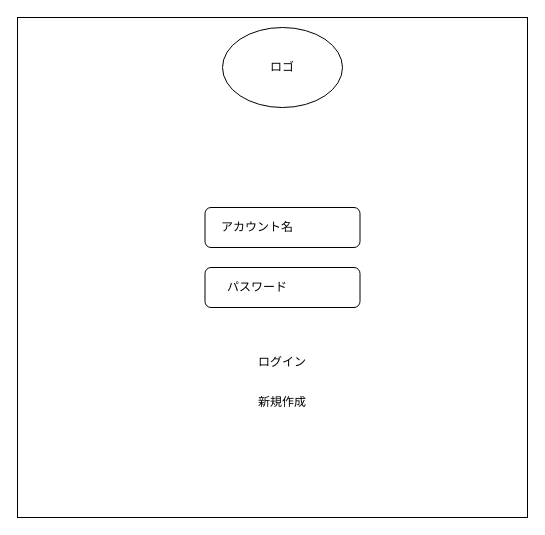
Earlier version of the draw.io diagram 外部設計DRAWIO/login.drawio (DOJO-2021/A-3). Source tidied: cells renumbered, new cells numbered last; positions are measured from the earlier drawing's top-left corner, leaving out a move shared by most shapes. Both pictures are drawn from the tidied source at 100%, with x=0, y=0 at pixel (17, 17).
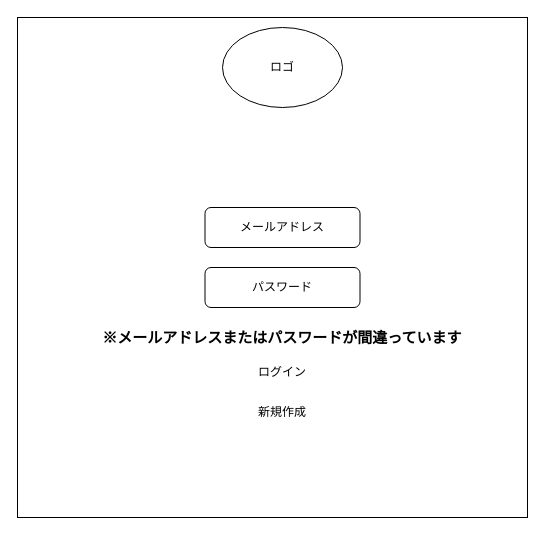
The same page after the edit.

Diff of the diagram source:
```diff
@@
 <mxGraphModel>
   <root>
     <mxCell id="0" />
     <mxCell id="1" parent="0" />
     <mxCell id="2" style="rounded=0;whiteSpace=wrap;html=1;" parent="1" vertex="1">
       <mxGeometry width="510" height="500" as="geometry" />
     </mxCell>
     <mxCell id="3" style="rounded=1;whiteSpace=wrap;html=1;labelBackgroundColor=none;fillColor=none;gradientColor=none;" parent="1" vertex="1">
       <mxGeometry x="187.5" y="190" width="155" height="40" as="geometry" />
     </mxCell>
     <mxCell id="4" style="rounded=1;whiteSpace=wrap;html=1;labelBackgroundColor=none;fillColor=none;gradientColor=none;" parent="1" vertex="1">
       <mxGeometry x="187.5" y="250" width="155" height="40" as="geometry" />
     </mxCell>
     <mxCell id="5" value="ログイン" style="text;html=1;strokeColor=none;fillColor=none;align=center;verticalAlign=middle;whiteSpace=wrap;rounded=0;labelBackgroundColor=none;" parent="1" vertex="1">
-      <mxGeometry x="195" y="320" width="140" height="50" as="geometry" />
+      <mxGeometry x="195" y="330" width="140" height="50" as="geometry" />
     </mxCell>
     <mxCell id="6" value="新規作成" style="text;html=1;strokeColor=none;fillColor=none;align=center;verticalAlign=middle;whiteSpace=wrap;rounded=0;labelBackgroundColor=none;" parent="1" vertex="1">
-      <mxGeometry x="195" y="360" width="140" height="50" as="geometry" />
+      <mxGeometry x="195" y="370" width="140" height="50" as="geometry" />
     </mxCell>
-    <mxCell id="7" value="アカウント名" style="text;html=1;strokeColor=none;fillColor=none;align=center;verticalAlign=middle;whiteSpace=wrap;rounded=0;labelBackgroundColor=none;" parent="1" vertex="1">
-      <mxGeometry x="170" y="180" width="140" height="60" as="geometry" />
+    <mxCell id="7" value="メールアドレス" style="text;html=1;strokeColor=none;fillColor=none;align=center;verticalAlign=middle;whiteSpace=wrap;rounded=0;labelBackgroundColor=none;" parent="1" vertex="1">
+      <mxGeometry x="195" y="180" width="140" height="60" as="geometry" />
     </mxCell>
     <mxCell id="8" value="パスワード" style="text;html=1;strokeColor=none;fillColor=none;align=center;verticalAlign=middle;whiteSpace=wrap;rounded=0;labelBackgroundColor=none;" parent="1" vertex="1">
-      <mxGeometry x="170" y="240" width="140" height="60" as="geometry" />
+      <mxGeometry x="195" y="240" width="140" height="60" as="geometry" />
     </mxCell>
     <mxCell id="9" value="ロゴ" style="ellipse;whiteSpace=wrap;html=1;" parent="1" vertex="1">
       <mxGeometry x="205" y="10" width="120" height="80" as="geometry" />
     </mxCell>
+    <mxCell id="10" value="※メールアドレスまたはパスワードが間違っています" style="text;html=1;strokeColor=none;fillColor=none;align=center;verticalAlign=middle;whiteSpace=wrap;rounded=0;fontStyle=1;fontSize=15;" parent="1" vertex="1">
+      <mxGeometry x="80.8" y="300" width="368.4" height="40" as="geometry" />
+    </mxCell>
   </root>
 </mxGraphModel>
```
